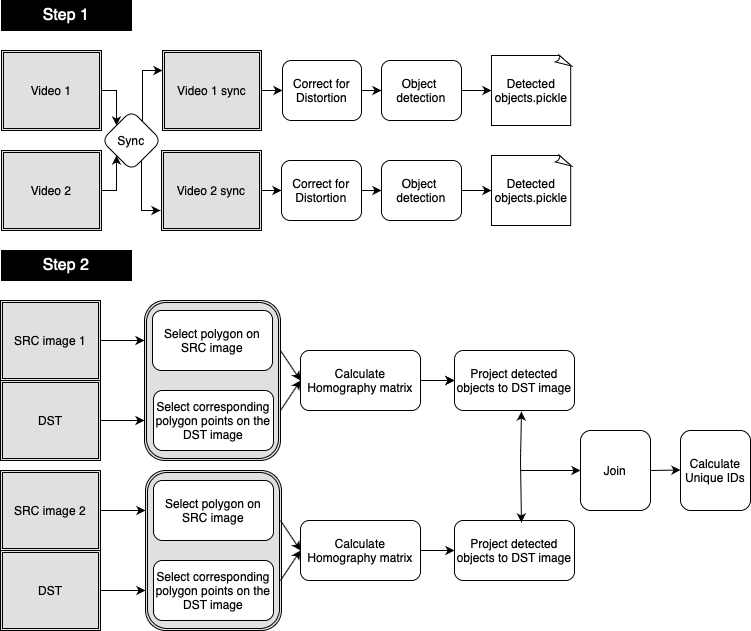
Above: report/img/data_flow.png in edibegovic/cyclist-behaviourCPH-2021 (draw.io), before the change. Source tidied: cells renumbered, new cells last; positions are measured from the earlier drawing's top-left corner, leaving out a move shared by most shapes. Its diagram source:
```xml
<mxGraphModel>
  <root>
    <mxCell id="0" />
    <mxCell id="1" parent="0" />
    <mxCell id="2" style="shape=ext;double=1;rounded=1;whiteSpace=wrap;html=1;fontColor=#E0E0E0;fillColor=#E0E0E0;" parent="1" vertex="1">
      <mxGeometry x="145" y="470" width="136" height="160" as="geometry" />
    </mxCell>
    <mxCell id="3" style="shape=ext;double=1;rounded=1;whiteSpace=wrap;html=1;fontColor=#E0E0E0;fillColor=#E0E0E0;" parent="1" vertex="1">
      <mxGeometry x="144" y="300" width="136" height="160" as="geometry" />
    </mxCell>
    <mxCell id="4" value="Select polygon on SRC image" style="rounded=1;whiteSpace=wrap;html=1;" parent="1" vertex="1">
      <mxGeometry x="152" y="310" width="120" height="60" as="geometry" />
    </mxCell>
    <mxCell id="5" value="Select corresponding polygon points on the DST image" style="rounded=1;whiteSpace=wrap;html=1;align=center;" parent="1" vertex="1">
      <mxGeometry x="153" y="390" width="120" height="60" as="geometry" />
    </mxCell>
    <mxCell id="6" style="edgeStyle=orthogonalEdgeStyle;rounded=0;jettySize=auto;html=1;" parent="1" edge="1" source="7" target="8">
      <mxGeometry relative="1" as="geometry" />
    </mxCell>
    <mxCell id="7" value="Calculate Homography matrix" style="rounded=1;whiteSpace=wrap;html=1;" parent="1" vertex="1">
      <mxGeometry x="300" y="350" width="120" height="60" as="geometry" />
    </mxCell>
    <mxCell id="8" value="Project detected objects&amp;nbsp;to DST image" style="rounded=1;whiteSpace=wrap;html=1;" parent="1" vertex="1">
      <mxGeometry x="454" y="350" width="120" height="60" as="geometry" />
    </mxCell>
    <mxCell id="9" style="endArrow=classic;html=1;entryX=0;entryY=0.5;entryDx=0;entryDy=0;" parent="1" edge="1" target="7">
      <mxGeometry relative="1" as="geometry">
        <mxPoint x="280" y="350" as="sourcePoint" />
      </mxGeometry>
    </mxCell>
    <mxCell id="10" style="endArrow=classic;html=1;entryX=0;entryY=0.5;entryDx=0;entryDy=0;" parent="1" edge="1" target="7">
      <mxGeometry relative="1" as="geometry">
        <mxPoint x="280" y="410" as="sourcePoint" />
      </mxGeometry>
    </mxCell>
    <mxCell id="11" style="endArrow=classic;html=1;entryX=0;entryY=0.5;entryDx=0;entryDy=0;" parent="1" edge="1" target="8">
      <mxGeometry relative="1" as="geometry">
        <mxPoint x="420" y="380" as="sourcePoint" />
      </mxGeometry>
    </mxCell>
    <mxCell id="12" value="Select polygon on SRC image" style="rounded=1;whiteSpace=wrap;html=1;align=center;" parent="1" vertex="1">
      <mxGeometry x="153" y="480" width="120" height="60" as="geometry" />
    </mxCell>
    <mxCell id="13" value="Select corresponding polygon points on the DST image" style="rounded=1;whiteSpace=wrap;html=1;" parent="1" vertex="1">
      <mxGeometry x="153" y="560" width="120" height="60" as="geometry" />
    </mxCell>
    <mxCell id="14" value="Calculate Homography matrix" style="rounded=1;whiteSpace=wrap;html=1;" parent="1" vertex="1">
      <mxGeometry x="300" y="520" width="120" height="60" as="geometry" />
    </mxCell>
    <mxCell id="15" value="Project detected objects&amp;nbsp;to DST image" style="rounded=1;whiteSpace=wrap;html=1;" parent="1" vertex="1">
      <mxGeometry x="454" y="520" width="120" height="60" as="geometry" />
    </mxCell>
    <mxCell id="16" style="endArrow=classic;html=1;entryX=0;entryY=0.5;entryDx=0;entryDy=0;" parent="1" edge="1" target="14">
      <mxGeometry relative="1" as="geometry">
        <mxPoint x="280" y="520" as="sourcePoint" />
      </mxGeometry>
    </mxCell>
    <mxCell id="17" style="endArrow=classic;html=1;entryX=0;entryY=0.5;entryDx=0;entryDy=0;" parent="1" edge="1" target="14">
      <mxGeometry relative="1" as="geometry">
        <mxPoint x="280" y="580" as="sourcePoint" />
      </mxGeometry>
    </mxCell>
    <mxCell id="18" style="endArrow=classic;html=1;entryX=0;entryY=0.5;entryDx=0;entryDy=0;" parent="1" edge="1" target="15">
      <mxGeometry relative="1" as="geometry">
        <mxPoint x="420" y="550" as="sourcePoint" />
      </mxGeometry>
    </mxCell>
    <mxCell id="19" style="edgeStyle=orthogonalEdgeStyle;rounded=0;jettySize=auto;html=1;exitX=1;exitY=0.5;exitDx=0;exitDy=0;entryX=0;entryY=0.5;entryDx=0;entryDy=0;" parent="1" edge="1" source="20" target="34">
      <mxGeometry relative="1" as="geometry" />
    </mxCell>
    <mxCell id="20" value="&lt;span style=&quot;color: rgb(0 , 0 , 0)&quot;&gt;Video 1 sync&lt;/span&gt;" style="shape=ext;double=1;rounded=0;whiteSpace=wrap;html=1;fontColor=#E0E0E0;fillColor=#E0E0E0;" parent="1" vertex="1">
      <mxGeometry x="162" y="50" width="99" height="80" as="geometry" />
    </mxCell>
    <mxCell id="21" value="&lt;font color=&quot;#000000&quot;&gt;&lt;span&gt;Join&lt;/span&gt;&lt;/font&gt;" style="shape=ext;double=0;rounded=1;whiteSpace=wrap;html=1;fontColor=#E0E0E0;fillColor=#FFFFFF;" parent="1" vertex="1">
      <mxGeometry x="580" y="430" width="70" height="80" as="geometry" />
    </mxCell>
    <mxCell id="22" value="&lt;font color=&quot;#000000&quot;&gt;Calculate Unique IDs&lt;/font&gt;" style="shape=ext;double=0;rounded=1;whiteSpace=wrap;html=1;fontColor=#E0E0E0;fillColor=#FFFFFF;" parent="1" vertex="1">
      <mxGeometry x="680" y="430" width="70" height="80" as="geometry" />
    </mxCell>
    <mxCell id="23" style="endArrow=classic;html=1;entryX=0;entryY=0.5;entryDx=0;entryDy=0;" parent="1" edge="1">
      <mxGeometry relative="1" as="geometry">
        <mxPoint x="650" y="470" as="sourcePoint" />
        <mxPoint x="680" y="469.5" as="targetPoint" />
      </mxGeometry>
    </mxCell>
    <mxCell id="24" style="edgeStyle=orthogonalEdgeStyle;rounded=0;jettySize=auto;html=1;exitX=1;exitY=0.5;exitDx=0;exitDy=0;entryX=0;entryY=1;entryDx=0;entryDy=0;" parent="1" edge="1" source="25" target="32">
      <mxGeometry relative="1" as="geometry" />
    </mxCell>
    <mxCell id="25" value="&lt;font color=&quot;#000000&quot;&gt;Video 2&lt;/font&gt;" style="shape=ext;double=1;rounded=0;whiteSpace=wrap;html=1;fontColor=#E0E0E0;fillColor=#E0E0E0;" parent="1" vertex="1">
      <mxGeometry x="1" y="150" width="100" height="80" as="geometry" />
    </mxCell>
    <mxCell id="26" style="edgeStyle=orthogonalEdgeStyle;rounded=0;jettySize=auto;html=1;exitX=1;exitY=0.5;exitDx=0;exitDy=0;entryX=0;entryY=0;entryDx=0;entryDy=0;" parent="1" edge="1" source="27" target="32">
      <mxGeometry relative="1" as="geometry" />
    </mxCell>
    <mxCell id="27" value="&lt;font color=&quot;#000000&quot;&gt;Video 1&lt;/font&gt;" style="shape=ext;double=1;rounded=0;whiteSpace=wrap;html=1;fontColor=#E0E0E0;fillColor=#E0E0E0;" parent="1" vertex="1">
      <mxGeometry x="1" y="50" width="100" height="80" as="geometry" />
    </mxCell>
    <mxCell id="28" style="edgeStyle=orthogonalEdgeStyle;rounded=0;jettySize=auto;html=1;" parent="1" edge="1" source="29" target="36">
      <mxGeometry relative="1" as="geometry" />
    </mxCell>
    <mxCell id="29" value="&lt;font color=&quot;#000000&quot;&gt;Video 2 sync&lt;/font&gt;" style="shape=ext;double=1;rounded=0;whiteSpace=wrap;html=1;fontColor=#E0E0E0;fillColor=#E0E0E0;" parent="1" vertex="1">
      <mxGeometry x="161" y="150" width="100" height="80" as="geometry" />
    </mxCell>
    <mxCell id="30" style="edgeStyle=orthogonalEdgeStyle;rounded=0;jettySize=auto;html=1;exitX=1;exitY=1;exitDx=0;exitDy=0;" parent="1" edge="1" source="32">
      <mxGeometry relative="1" as="geometry">
        <mxPoint x="160" y="210" as="targetPoint" />
        <Array as="points">
          <mxPoint x="141" y="155" />
          <mxPoint x="141" y="210" />
        </Array>
      </mxGeometry>
    </mxCell>
    <mxCell id="31" style="edgeStyle=orthogonalEdgeStyle;rounded=0;jettySize=auto;html=1;exitX=1;exitY=0;exitDx=0;exitDy=0;entryX=0;entryY=0.25;entryDx=0;entryDy=0;" parent="1" edge="1" source="32" target="20">
      <mxGeometry relative="1" as="geometry">
        <Array as="points">
          <mxPoint x="142" y="125" />
          <mxPoint x="142" y="70" />
        </Array>
      </mxGeometry>
    </mxCell>
    <mxCell id="32" value="Sync" style="rhombus;whiteSpace=wrap;html=1;rounded=1;shadow=0;strokeColor=#000000;gradientColor=none;fillColor=#FFFFFF;" parent="1" vertex="1">
      <mxGeometry x="101" y="110" width="60" height="60" as="geometry" />
    </mxCell>
    <mxCell id="33" style="edgeStyle=orthogonalEdgeStyle;rounded=0;jettySize=auto;html=1;" parent="1" edge="1" source="34" target="38">
      <mxGeometry relative="1" as="geometry" />
    </mxCell>
    <mxCell id="34" value="Correct for &lt;br&gt;Distortion" style="rounded=1;whiteSpace=wrap;html=1;" parent="1" vertex="1">
      <mxGeometry x="282" y="60" width="79" height="60" as="geometry" />
    </mxCell>
    <mxCell id="35" style="edgeStyle=orthogonalEdgeStyle;rounded=0;jettySize=auto;html=1;" parent="1" edge="1" source="36" target="40">
      <mxGeometry relative="1" as="geometry" />
    </mxCell>
    <mxCell id="36" value="Correct for &lt;br&gt;Distortion" style="rounded=1;whiteSpace=wrap;html=1;" parent="1" vertex="1">
      <mxGeometry x="281" y="160" width="80" height="60" as="geometry" />
    </mxCell>
    <mxCell id="37" style="edgeStyle=orthogonalEdgeStyle;rounded=0;jettySize=auto;html=1;fontColor=#FFFFFF;" parent="1" edge="1" source="38" target="42">
      <mxGeometry relative="1" as="geometry" />
    </mxCell>
    <mxCell id="38" value="Object &lt;br&gt;detection" style="rounded=1;whiteSpace=wrap;html=1;" parent="1" vertex="1">
      <mxGeometry x="381" y="60" width="80" height="60" as="geometry" />
    </mxCell>
    <mxCell id="39" style="edgeStyle=orthogonalEdgeStyle;rounded=0;jettySize=auto;html=1;fontColor=#FFFFFF;" parent="1" edge="1" source="40" target="43">
      <mxGeometry relative="1" as="geometry" />
    </mxCell>
    <mxCell id="40" value="Object &lt;br&gt;detection" style="rounded=1;whiteSpace=wrap;html=1;" parent="1" vertex="1">
      <mxGeometry x="381" y="160" width="80" height="60" as="geometry" />
    </mxCell>
    <mxCell id="41" value="&lt;font style=&quot;font-size: 16px&quot;&gt;Step 1&lt;/font&gt;" style="rounded=0;whiteSpace=wrap;html=1;shadow=0;gradientColor=none;fillColor=#000000;fontColor=#FFFFFF;" parent="1" vertex="1">
      <mxGeometry x="1" width="130" height="30" as="geometry" />
    </mxCell>
    <mxCell id="42" value="&lt;font color=&quot;#000000&quot;&gt;Detected&lt;br&gt;objects.pickle&lt;/font&gt;" style="whiteSpace=wrap;html=1;shape=mxgraph.basic.document;rounded=1;shadow=0;fontColor=#FFFFFF;strokeColor=#000000;gradientColor=none;fillColor=#FFFFFF;" parent="1" vertex="1">
      <mxGeometry x="491" y="55" width="80" height="70" as="geometry" />
    </mxCell>
    <mxCell id="43" value="&lt;span style=&quot;color: rgb(0 , 0 , 0)&quot;&gt;Detected&lt;/span&gt;&lt;br style=&quot;color: rgb(0 , 0 , 0)&quot;&gt;&lt;span style=&quot;color: rgb(0 , 0 , 0)&quot;&gt;objects.pickle&lt;/span&gt;" style="whiteSpace=wrap;html=1;shape=mxgraph.basic.document;rounded=1;shadow=0;fontColor=#FFFFFF;strokeColor=#000000;gradientColor=none;fillColor=#FFFFFF;" parent="1" vertex="1">
      <mxGeometry x="491" y="155" width="80" height="70" as="geometry" />
    </mxCell>
    <mxCell id="44" style="edgeStyle=orthogonalEdgeStyle;rounded=0;jettySize=auto;html=1;fontColor=#FFFFFF;entryX=0;entryY=0.25;entryDx=0;entryDy=0;" parent="1" edge="1" source="45" target="3">
      <mxGeometry relative="1" as="geometry" />
    </mxCell>
    <mxCell id="45" value="&lt;font color=&quot;#000000&quot;&gt;SRC image 1&lt;/font&gt;" style="shape=ext;double=1;rounded=0;whiteSpace=wrap;html=1;fontColor=#E0E0E0;fillColor=#E0E0E0;" parent="1" vertex="1">
      <mxGeometry y="300" width="100" height="80" as="geometry" />
    </mxCell>
    <mxCell id="46" style="edgeStyle=orthogonalEdgeStyle;rounded=0;jettySize=auto;html=1;fontColor=#FFFFFF;entryX=0;entryY=0.75;entryDx=0;entryDy=0;" parent="1" edge="1" source="47" target="3">
      <mxGeometry relative="1" as="geometry" />
    </mxCell>
    <mxCell id="47" value="&lt;font color=&quot;#000000&quot;&gt;DST&lt;/font&gt;" style="shape=ext;double=1;rounded=0;whiteSpace=wrap;html=1;fontColor=#E0E0E0;fillColor=#E0E0E0;" parent="1" vertex="1">
      <mxGeometry y="380" width="100" height="80" as="geometry" />
    </mxCell>
    <mxCell id="48" style="edgeStyle=orthogonalEdgeStyle;rounded=0;jettySize=auto;html=1;fontColor=#FFFFFF;entryX=0;entryY=0.75;entryDx=0;entryDy=0;" parent="1" edge="1" source="49" target="2">
      <mxGeometry relative="1" as="geometry" />
    </mxCell>
    <mxCell id="49" value="&lt;font color=&quot;#000000&quot;&gt;DST&lt;/font&gt;" style="shape=ext;double=1;rounded=0;whiteSpace=wrap;html=1;fontColor=#E0E0E0;fillColor=#E0E0E0;" parent="1" vertex="1">
      <mxGeometry y="550" width="100" height="80" as="geometry" />
    </mxCell>
    <mxCell id="50" style="edgeStyle=orthogonalEdgeStyle;rounded=0;jettySize=auto;html=1;fontColor=#FFFFFF;entryX=0;entryY=0.25;entryDx=0;entryDy=0;" parent="1" edge="1" source="51" target="2">
      <mxGeometry relative="1" as="geometry" />
    </mxCell>
    <mxCell id="51" value="&lt;font color=&quot;#000000&quot;&gt;SRC image 2&lt;/font&gt;" style="shape=ext;double=1;rounded=0;whiteSpace=wrap;html=1;fontColor=#E0E0E0;fillColor=#E0E0E0;" parent="1" vertex="1">
      <mxGeometry y="470" width="100" height="80" as="geometry" />
    </mxCell>
    <mxCell id="52" style="endArrow=classic;startArrow=classic;html=1;fontColor=#FFFFFF;exitX=0.558;exitY=0.033;exitDx=0;exitDy=0;exitPerimeter=0;entryX=0.558;entryY=1.017;entryDx=0;entryDy=0;entryPerimeter=0;" parent="1" edge="1" source="15" target="8">
      <mxGeometry relative="1" as="geometry">
        <Array as="points">
          <mxPoint x="520" y="460" />
        </Array>
      </mxGeometry>
    </mxCell>
    <mxCell id="53" style="endArrow=classic;html=1;fontColor=#FFFFFF;entryX=0;entryY=0.5;entryDx=0;entryDy=0;" parent="1" edge="1" target="21">
      <mxGeometry relative="1" as="geometry">
        <mxPoint x="520" y="470" as="sourcePoint" />
      </mxGeometry>
    </mxCell>
    <mxCell id="54" value="&lt;font style=&quot;font-size: 16px&quot;&gt;Step 2&lt;/font&gt;" style="rounded=0;whiteSpace=wrap;html=1;shadow=0;gradientColor=none;fillColor=#000000;fontColor=#FFFFFF;" parent="1" vertex="1">
      <mxGeometry x="1" y="250" width="130" height="30" as="geometry" />
    </mxCell>
  </root>
</mxGraphModel>
```
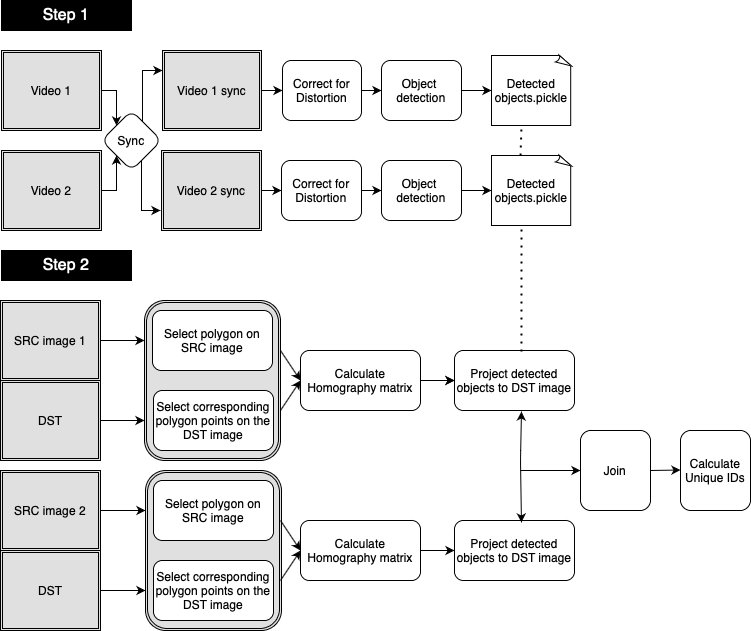
After the commit.

Commit message:
New data flow graph

Diff of the diagram source:
```diff
@@ -193,5 +193,13 @@
     <mxCell id="54" value="&lt;font style=&quot;font-size: 16px&quot;&gt;Step 2&lt;/font&gt;" style="rounded=0;whiteSpace=wrap;html=1;shadow=0;gradientColor=none;fillColor=#000000;fontColor=#FFFFFF;" parent="1" vertex="1">
       <mxGeometry x="1" y="250" width="130" height="30" as="geometry" />
     </mxCell>
+    <mxCell id="55" style="endArrow=none;dashed=1;html=1;dashPattern=1 3;strokeWidth=2;fontColor=#FFFFFF;exitX=0.558;exitY=0.017;exitDx=0;exitDy=0;exitPerimeter=0;" parent="1" edge="1" source="8">
+      <mxGeometry relative="1" as="geometry">
+        <mxPoint x="521" y="225" as="targetPoint" />
+      </mxGeometry>
+    </mxCell>
+    <mxCell id="56" style="endArrow=none;dashed=1;html=1;dashPattern=1 3;strokeWidth=2;fontColor=#FFFFFF;entryX=0.375;entryY=1;entryDx=0;entryDy=0;entryPerimeter=0;exitX=0.363;exitY=0;exitDx=0;exitDy=0;exitPerimeter=0;" parent="1" edge="1" source="43" target="42">
+      <mxGeometry relative="1" as="geometry" />
+    </mxCell>
   </root>
 </mxGraphModel>
```
